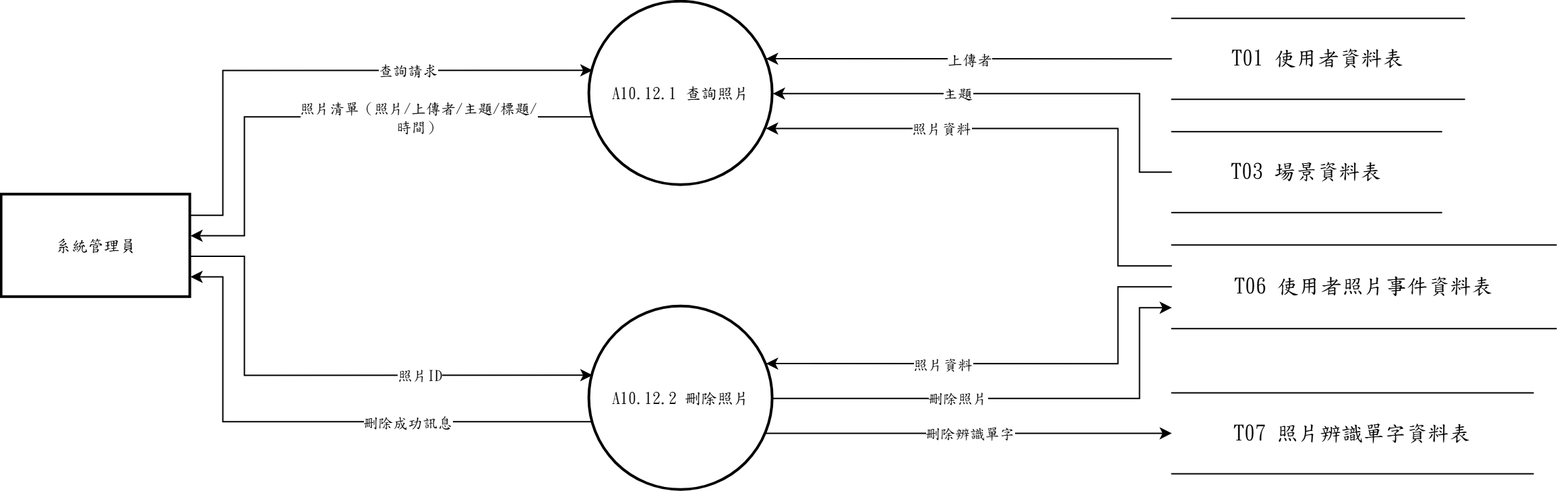
Above: 系統文件/第6章/DFD圖/圖10/新/圖10.12.drawio.png in s22452007/115502 (draw.io), before the change. Source tidied: cells renumbered, new cells last; positions are measured from the earlier drawing's top-left corner, leaving out a move shared by most shapes. Source of this version:
```xml
<mxGraphModel>
  <root>
    <mxCell id="0" />
    <mxCell id="1" parent="0" />
    <mxCell id="2" value="A10.12.1 查詢照片" style="ellipse;strokeWidth=2;whiteSpace=wrap;html=1;fontFamily=標楷體;" parent="1" vertex="1">
      <mxGeometry x="436" width="136" height="136" as="geometry" />
    </mxCell>
    <mxCell id="3" value="A10.12.2 刪除照片" style="ellipse;strokeWidth=2;whiteSpace=wrap;html=1;fontFamily=標楷體;" parent="1" vertex="1">
      <mxGeometry x="436" y="226" width="136" height="136" as="geometry" />
    </mxCell>
    <mxCell id="4" value="系統管理員" style="whiteSpace=wrap;strokeWidth=2;html=1;fontFamily=標楷體;" parent="1" vertex="1">
      <mxGeometry y="143" width="140" height="76" as="geometry" />
    </mxCell>
    <mxCell id="5" value="&lt;span lang=&quot;EN-US&quot; style=&quot;font-size: 12pt;&quot;&gt;T01&amp;nbsp;&lt;/span&gt;&lt;span style=&quot;font-size: 12pt;&quot;&gt;使用者資料表&lt;/span&gt;" style="shape=partialRectangle;whiteSpace=wrap;html=1;left=0;right=0;fontFamily=標楷體;fontSize=16;" parent="1" vertex="1">
      <mxGeometry x="868" y="12.2" width="217" height="60" as="geometry" />
    </mxCell>
    <mxCell id="6" value="&lt;span lang=&quot;EN-US&quot; style=&quot;font-size: 12pt;&quot;&gt;T03&amp;nbsp;&lt;/span&gt;&lt;span style=&quot;font-size: 12pt;&quot;&gt;場景資料表&lt;/span&gt;" style="shape=partialRectangle;whiteSpace=wrap;html=1;left=0;right=0;fontFamily=標楷體;fontSize=16;" parent="1" vertex="1">
      <mxGeometry x="868" y="96.2" width="200" height="60" as="geometry" />
    </mxCell>
    <mxCell id="7" value="&lt;span lang=&quot;EN-US&quot; style=&quot;font-size: 12pt;&quot;&gt;T06&amp;nbsp;&lt;/span&gt;&lt;span style=&quot;font-size: 12pt;&quot;&gt;使用者照片事件資料表&lt;/span&gt;" style="shape=partialRectangle;whiteSpace=wrap;html=1;left=0;right=0;fontFamily=標楷體;fontSize=16;" parent="1" vertex="1">
      <mxGeometry x="868" y="180.2" width="285" height="62" as="geometry" />
    </mxCell>
    <mxCell id="8" value="&lt;span lang=&quot;EN-US&quot; style=&quot;font-size: 12pt;&quot;&gt;T07&amp;nbsp;&lt;/span&gt;&lt;span style=&quot;font-size: 12pt;&quot;&gt;照片辨識單字資料表&lt;/span&gt;" style="shape=partialRectangle;whiteSpace=wrap;html=1;left=0;right=0;fontFamily=標楷體;fontSize=16;" parent="1" vertex="1">
      <mxGeometry x="868" y="289.8" width="268" height="60" as="geometry" />
    </mxCell>
    <mxCell id="9" style="edgeStyle=none;rounded=0;html=1;fontFamily=標楷體;endArrow=classic;exitX=1.0000;exitY=0.2000;exitDx=0;exitDy=0;exitPerimeter=0;entryX=0.0163;entryY=0.3733;entryDx=0;entryDy=0;entryPerimeter=0;" parent="1" edge="1" source="4" target="2">
      <mxGeometry relative="1" as="geometry">
        <Array as="points">
          <mxPoint x="164" y="158.2" />
          <mxPoint x="164" y="50.8" />
        </Array>
      </mxGeometry>
    </mxCell>
    <mxCell id="10" value="查詢請求" style="edgeLabel;html=1;align=center;verticalAlign=middle;fontFamily=標楷體;" parent="9" vertex="1">
      <mxGeometry x="0.32" relative="1" as="geometry" />
    </mxCell>
    <mxCell id="11" style="edgeStyle=none;rounded=0;html=1;fontFamily=標楷體;endArrow=classic;exitX=0.0000;exitY=0.2500;exitDx=0;exitDy=0;exitPerimeter=0;entryX=0.9625;entryY=0.6900;entryDx=0;entryDy=0;entryPerimeter=0;" parent="1" edge="1" source="7" target="2">
      <mxGeometry relative="1" as="geometry">
        <Array as="points">
          <mxPoint x="828" y="195.7" />
          <mxPoint x="828" y="93.8" />
        </Array>
      </mxGeometry>
    </mxCell>
    <mxCell id="12" value="照片資料" style="edgeLabel;html=1;align=center;verticalAlign=middle;fontFamily=標楷體;" parent="11" vertex="1">
      <mxGeometry x="0.35" relative="1" as="geometry" />
    </mxCell>
    <mxCell id="13" style="edgeStyle=none;rounded=0;html=1;fontFamily=標楷體;endArrow=classic;exitX=0.0000;exitY=0.5000;exitDx=0;exitDy=0;exitPerimeter=0;entryX=0.9625;entryY=0.3100;entryDx=0;entryDy=0;entryPerimeter=0;" parent="1" edge="1" source="5" target="2">
      <mxGeometry relative="1" as="geometry" />
    </mxCell>
    <mxCell id="14" value="上傳者" style="edgeLabel;html=1;align=center;verticalAlign=middle;fontFamily=標楷體;" parent="13" vertex="1">
      <mxGeometry relative="1" as="geometry" />
    </mxCell>
    <mxCell id="15" style="edgeStyle=none;rounded=0;html=1;fontFamily=標楷體;endArrow=classic;exitX=0.0000;exitY=0.5000;exitDx=0;exitDy=0;exitPerimeter=0;entryX=1.0000;entryY=0.5000;entryDx=0;entryDy=0;entryPerimeter=0;" parent="1" edge="1" source="6" target="2">
      <mxGeometry relative="1" as="geometry">
        <Array as="points">
          <mxPoint x="844" y="126.2" />
          <mxPoint x="844" y="68" />
        </Array>
      </mxGeometry>
    </mxCell>
    <mxCell id="16" value="主題" style="edgeLabel;html=1;align=center;verticalAlign=middle;fontFamily=標楷體;" parent="15" vertex="1">
      <mxGeometry x="0.23" relative="1" as="geometry" />
    </mxCell>
    <mxCell id="17" style="edgeStyle=none;rounded=0;html=1;fontFamily=標楷體;endArrow=classic;exitX=0.0163;exitY=0.6267;exitDx=0;exitDy=0;exitPerimeter=0;entryX=1.0000;entryY=0.4000;entryDx=0;entryDy=0;entryPerimeter=0;" parent="1" edge="1" source="2" target="4">
      <mxGeometry relative="1" as="geometry">
        <Array as="points">
          <mxPoint x="180" y="85.2" />
          <mxPoint x="180" y="173.4" />
        </Array>
      </mxGeometry>
    </mxCell>
    <mxCell id="18" value="照片清單（照片/上傳者/主題/標題/&lt;br&gt;時間）" style="edgeLabel;html=1;align=center;verticalAlign=middle;fontFamily=標楷體;" parent="17" vertex="1">
      <mxGeometry x="-0.33" relative="1" as="geometry" />
    </mxCell>
    <mxCell id="19" style="edgeStyle=none;rounded=0;html=1;fontFamily=標楷體;endArrow=classic;exitX=1.0000;exitY=0.6000;exitDx=0;exitDy=0;exitPerimeter=0;entryX=0.0163;entryY=0.3733;entryDx=0;entryDy=0;entryPerimeter=0;" parent="1" edge="1" source="4" target="3">
      <mxGeometry relative="1" as="geometry">
        <Array as="points">
          <mxPoint x="180" y="188.6" />
          <mxPoint x="180" y="276.8" />
        </Array>
      </mxGeometry>
    </mxCell>
    <mxCell id="20" value="照片ID" style="edgeLabel;html=1;align=center;verticalAlign=middle;fontFamily=標楷體;" parent="19" vertex="1">
      <mxGeometry x="0.33" relative="1" as="geometry" />
    </mxCell>
    <mxCell id="21" style="edgeStyle=none;rounded=0;html=1;fontFamily=標楷體;endArrow=classic;exitX=0.0000;exitY=0.5000;exitDx=0;exitDy=0;exitPerimeter=0;entryX=0.9625;entryY=0.3100;entryDx=0;entryDy=0;entryPerimeter=0;" parent="1" edge="1" source="7" target="3">
      <mxGeometry relative="1" as="geometry">
        <Array as="points">
          <mxPoint x="828" y="211.2" />
          <mxPoint x="828" y="268.2" />
        </Array>
      </mxGeometry>
    </mxCell>
    <mxCell id="22" value="照片資料" style="edgeLabel;html=1;align=center;verticalAlign=middle;fontFamily=標楷體;" parent="21" vertex="1">
      <mxGeometry x="0.27" relative="1" as="geometry" />
    </mxCell>
    <mxCell id="23" style="edgeStyle=none;rounded=0;html=1;fontFamily=標楷體;endArrow=classic;exitX=0.0163;exitY=0.6267;exitDx=0;exitDy=0;exitPerimeter=0;entryX=1.0000;entryY=0.8000;entryDx=0;entryDy=0;entryPerimeter=0;" parent="1" edge="1" source="3" target="4">
      <mxGeometry relative="1" as="geometry">
        <Array as="points">
          <mxPoint x="164" y="311.2" />
          <mxPoint x="164" y="203.8" />
        </Array>
      </mxGeometry>
    </mxCell>
    <mxCell id="24" value="刪除成功訊息" style="edgeLabel;html=1;align=center;verticalAlign=middle;fontFamily=標楷體;" parent="23" vertex="1">
      <mxGeometry x="-0.32" relative="1" as="geometry" />
    </mxCell>
    <mxCell id="25" style="edgeStyle=none;rounded=0;html=1;fontFamily=標楷體;endArrow=classic;exitX=1.0000;exitY=0.5000;exitDx=0;exitDy=0;exitPerimeter=0;entryX=0.0000;entryY=0.7500;entryDx=0;entryDy=0;entryPerimeter=0;" parent="1" edge="1" source="3" target="7">
      <mxGeometry relative="1" as="geometry">
        <Array as="points">
          <mxPoint x="844" y="294" />
          <mxPoint x="844" y="226.7" />
        </Array>
      </mxGeometry>
    </mxCell>
    <mxCell id="26" value="刪除照片" style="edgeLabel;html=1;align=center;verticalAlign=middle;fontFamily=標楷體;" parent="25" vertex="1">
      <mxGeometry x="-0.25" relative="1" as="geometry" />
    </mxCell>
    <mxCell id="27" style="edgeStyle=none;rounded=0;html=1;fontFamily=標楷體;endArrow=classic;exitX=0.9625;exitY=0.6900;exitDx=0;exitDy=0;exitPerimeter=0;entryX=0.0000;entryY=0.5000;entryDx=0;entryDy=0;entryPerimeter=0;" parent="1" edge="1" source="3" target="8">
      <mxGeometry relative="1" as="geometry" />
    </mxCell>
    <mxCell id="28" value="刪除辨識單字" style="edgeLabel;html=1;align=center;verticalAlign=middle;fontFamily=標楷體;" parent="27" vertex="1">
      <mxGeometry relative="1" as="geometry" />
    </mxCell>
  </root>
</mxGraphModel>
```
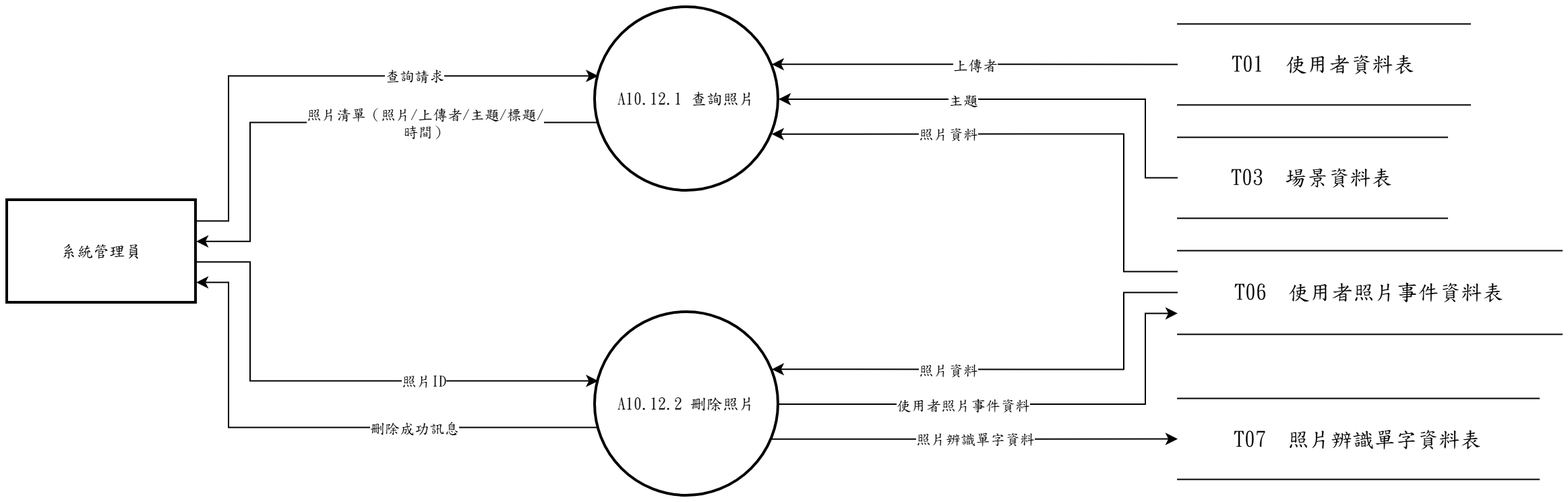
Later version of the same file.

Change to the diagram source:
```diff
@@ -11,16 +11,16 @@
     <mxCell id="4" value="系統管理員" style="whiteSpace=wrap;strokeWidth=2;html=1;fontFamily=標楷體;" parent="1" vertex="1">
       <mxGeometry y="143" width="140" height="76" as="geometry" />
     </mxCell>
-    <mxCell id="5" value="&lt;span lang=&quot;EN-US&quot; style=&quot;font-size: 12pt;&quot;&gt;T01&amp;nbsp;&lt;/span&gt;&lt;span style=&quot;font-size: 12pt;&quot;&gt;使用者資料表&lt;/span&gt;" style="shape=partialRectangle;whiteSpace=wrap;html=1;left=0;right=0;fontFamily=標楷體;fontSize=16;" parent="1" vertex="1">
+    <mxCell id="5" value="T01  使用者資料表" style="shape=partialRectangle;whiteSpace=wrap;html=1;left=0;right=0;fontFamily=標楷體;fontSize=16;" parent="1" vertex="1">
       <mxGeometry x="868" y="12.2" width="217" height="60" as="geometry" />
     </mxCell>
-    <mxCell id="6" value="&lt;span lang=&quot;EN-US&quot; style=&quot;font-size: 12pt;&quot;&gt;T03&amp;nbsp;&lt;/span&gt;&lt;span style=&quot;font-size: 12pt;&quot;&gt;場景資料表&lt;/span&gt;" style="shape=partialRectangle;whiteSpace=wrap;html=1;left=0;right=0;fontFamily=標楷體;fontSize=16;" parent="1" vertex="1">
+    <mxCell id="6" value="T03  場景資料表" style="shape=partialRectangle;whiteSpace=wrap;html=1;left=0;right=0;fontFamily=標楷體;fontSize=16;" parent="1" vertex="1">
       <mxGeometry x="868" y="96.2" width="200" height="60" as="geometry" />
     </mxCell>
-    <mxCell id="7" value="&lt;span lang=&quot;EN-US&quot; style=&quot;font-size: 12pt;&quot;&gt;T06&amp;nbsp;&lt;/span&gt;&lt;span style=&quot;font-size: 12pt;&quot;&gt;使用者照片事件資料表&lt;/span&gt;" style="shape=partialRectangle;whiteSpace=wrap;html=1;left=0;right=0;fontFamily=標楷體;fontSize=16;" parent="1" vertex="1">
+    <mxCell id="7" value="T06  使用者照片事件資料表" style="shape=partialRectangle;whiteSpace=wrap;html=1;left=0;right=0;fontFamily=標楷體;fontSize=16;" parent="1" vertex="1">
       <mxGeometry x="868" y="180.2" width="285" height="62" as="geometry" />
     </mxCell>
-    <mxCell id="8" value="&lt;span lang=&quot;EN-US&quot; style=&quot;font-size: 12pt;&quot;&gt;T07&amp;nbsp;&lt;/span&gt;&lt;span style=&quot;font-size: 12pt;&quot;&gt;照片辨識單字資料表&lt;/span&gt;" style="shape=partialRectangle;whiteSpace=wrap;html=1;left=0;right=0;fontFamily=標楷體;fontSize=16;" parent="1" vertex="1">
+    <mxCell id="8" value="T07  照片辨識單字資料表" style="shape=partialRectangle;whiteSpace=wrap;html=1;left=0;right=0;fontFamily=標楷體;fontSize=16;" parent="1" vertex="1">
       <mxGeometry x="868" y="289.8" width="268" height="60" as="geometry" />
     </mxCell>
     <mxCell id="9" style="edgeStyle=none;rounded=0;html=1;fontFamily=標楷體;endArrow=classic;exitX=1.0000;exitY=0.2000;exitDx=0;exitDy=0;exitPerimeter=0;entryX=0.0163;entryY=0.3733;entryDx=0;entryDy=0;entryPerimeter=0;" parent="1" edge="1" source="4" target="2">
@@ -34,33 +34,33 @@
     <mxCell id="10" value="查詢請求" style="edgeLabel;html=1;align=center;verticalAlign=middle;fontFamily=標楷體;" parent="9" vertex="1">
       <mxGeometry x="0.32" relative="1" as="geometry" />
     </mxCell>
-    <mxCell id="11" style="edgeStyle=none;rounded=0;html=1;fontFamily=標楷體;endArrow=classic;exitX=0.0000;exitY=0.2500;exitDx=0;exitDy=0;exitPerimeter=0;entryX=0.9625;entryY=0.6900;entryDx=0;entryDy=0;entryPerimeter=0;" parent="1" edge="1" source="7" target="2">
-      <mxGeometry relative="1" as="geometry">
-        <Array as="points">
-          <mxPoint x="828" y="195.7" />
-          <mxPoint x="828" y="93.8" />
-        </Array>
-      </mxGeometry>
+    <mxCell id="11" style="edgeStyle=none;rounded=0;html=1;fontFamily=標楷體;endArrow=classic;exitX=0.0000;exitY=0.5000;exitDx=0;exitDy=0;exitPerimeter=0;entryX=0.9625;entryY=0.3100;entryDx=0;entryDy=0;entryPerimeter=0;" parent="1" edge="1" source="5" target="2">
+      <mxGeometry relative="1" as="geometry" />
     </mxCell>
-    <mxCell id="12" value="照片資料" style="edgeLabel;html=1;align=center;verticalAlign=middle;fontFamily=標楷體;" parent="11" vertex="1">
-      <mxGeometry x="0.35" relative="1" as="geometry" />
+    <mxCell id="12" value="上傳者" style="edgeLabel;html=1;align=center;verticalAlign=middle;fontFamily=標楷體;" parent="11" vertex="1">
+      <mxGeometry relative="1" as="geometry" />
     </mxCell>
-    <mxCell id="13" style="edgeStyle=none;rounded=0;html=1;fontFamily=標楷體;endArrow=classic;exitX=0.0000;exitY=0.5000;exitDx=0;exitDy=0;exitPerimeter=0;entryX=0.9625;entryY=0.3100;entryDx=0;entryDy=0;entryPerimeter=0;" parent="1" edge="1" source="5" target="2">
-      <mxGeometry relative="1" as="geometry" />
+    <mxCell id="13" style="edgeStyle=none;rounded=0;html=1;fontFamily=標楷體;endArrow=classic;exitX=0.0000;exitY=0.5000;exitDx=0;exitDy=0;exitPerimeter=0;entryX=1.0000;entryY=0.5000;entryDx=0;entryDy=0;entryPerimeter=0;" parent="1" edge="1" source="6" target="2">
+      <mxGeometry relative="1" as="geometry">
+        <Array as="points">
+          <mxPoint x="844" y="126.2" />
+          <mxPoint x="844" y="68" />
+        </Array>
+      </mxGeometry>
     </mxCell>
-    <mxCell id="14" value="上傳者" style="edgeLabel;html=1;align=center;verticalAlign=middle;fontFamily=標楷體;" parent="13" vertex="1">
-      <mxGeometry relative="1" as="geometry" />
+    <mxCell id="14" value="主題" style="edgeLabel;html=1;align=center;verticalAlign=middle;fontFamily=標楷體;" parent="13" vertex="1">
+      <mxGeometry x="0.23" relative="1" as="geometry" />
     </mxCell>
-    <mxCell id="15" style="edgeStyle=none;rounded=0;html=1;fontFamily=標楷體;endArrow=classic;exitX=0.0000;exitY=0.5000;exitDx=0;exitDy=0;exitPerimeter=0;entryX=1.0000;entryY=0.5000;entryDx=0;entryDy=0;entryPerimeter=0;" parent="1" edge="1" source="6" target="2">
+    <mxCell id="15" style="edgeStyle=none;rounded=0;html=1;fontFamily=標楷體;endArrow=classic;exitX=0.0000;exitY=0.2500;exitDx=0;exitDy=0;exitPerimeter=0;entryX=0.9625;entryY=0.6900;entryDx=0;entryDy=0;entryPerimeter=0;" parent="1" edge="1" source="7" target="2">
       <mxGeometry relative="1" as="geometry">
         <Array as="points">
-          <mxPoint x="844" y="126.2" />
-          <mxPoint x="844" y="68" />
+          <mxPoint x="828" y="195.7" />
+          <mxPoint x="828" y="93.8" />
         </Array>
       </mxGeometry>
     </mxCell>
-    <mxCell id="16" value="主題" style="edgeLabel;html=1;align=center;verticalAlign=middle;fontFamily=標楷體;" parent="15" vertex="1">
-      <mxGeometry x="0.23" relative="1" as="geometry" />
+    <mxCell id="16" value="照片資料" style="edgeLabel;html=1;align=center;verticalAlign=middle;fontFamily=標楷體;" parent="15" vertex="1">
+      <mxGeometry x="0.35" relative="1" as="geometry" />
     </mxCell>
     <mxCell id="17" style="edgeStyle=none;rounded=0;html=1;fontFamily=標楷體;endArrow=classic;exitX=0.0163;exitY=0.6267;exitDx=0;exitDy=0;exitPerimeter=0;entryX=1.0000;entryY=0.4000;entryDx=0;entryDy=0;entryPerimeter=0;" parent="1" edge="1" source="2" target="4">
       <mxGeometry relative="1" as="geometry">
@@ -114,13 +114,13 @@
         </Array>
       </mxGeometry>
     </mxCell>
-    <mxCell id="26" value="刪除照片" style="edgeLabel;html=1;align=center;verticalAlign=middle;fontFamily=標楷體;" parent="25" vertex="1">
+    <mxCell id="26" value="使用者照片事件資料" style="edgeLabel;html=1;align=center;verticalAlign=middle;fontFamily=標楷體;" parent="25" vertex="1">
       <mxGeometry x="-0.25" relative="1" as="geometry" />
     </mxCell>
     <mxCell id="27" style="edgeStyle=none;rounded=0;html=1;fontFamily=標楷體;endArrow=classic;exitX=0.9625;exitY=0.6900;exitDx=0;exitDy=0;exitPerimeter=0;entryX=0.0000;entryY=0.5000;entryDx=0;entryDy=0;entryPerimeter=0;" parent="1" edge="1" source="3" target="8">
       <mxGeometry relative="1" as="geometry" />
     </mxCell>
-    <mxCell id="28" value="刪除辨識單字" style="edgeLabel;html=1;align=center;verticalAlign=middle;fontFamily=標楷體;" parent="27" vertex="1">
+    <mxCell id="28" value="照片辨識單字資料" style="edgeLabel;html=1;align=center;verticalAlign=middle;fontFamily=標楷體;" parent="27" vertex="1">
       <mxGeometry relative="1" as="geometry" />
     </mxCell>
   </root>
```
